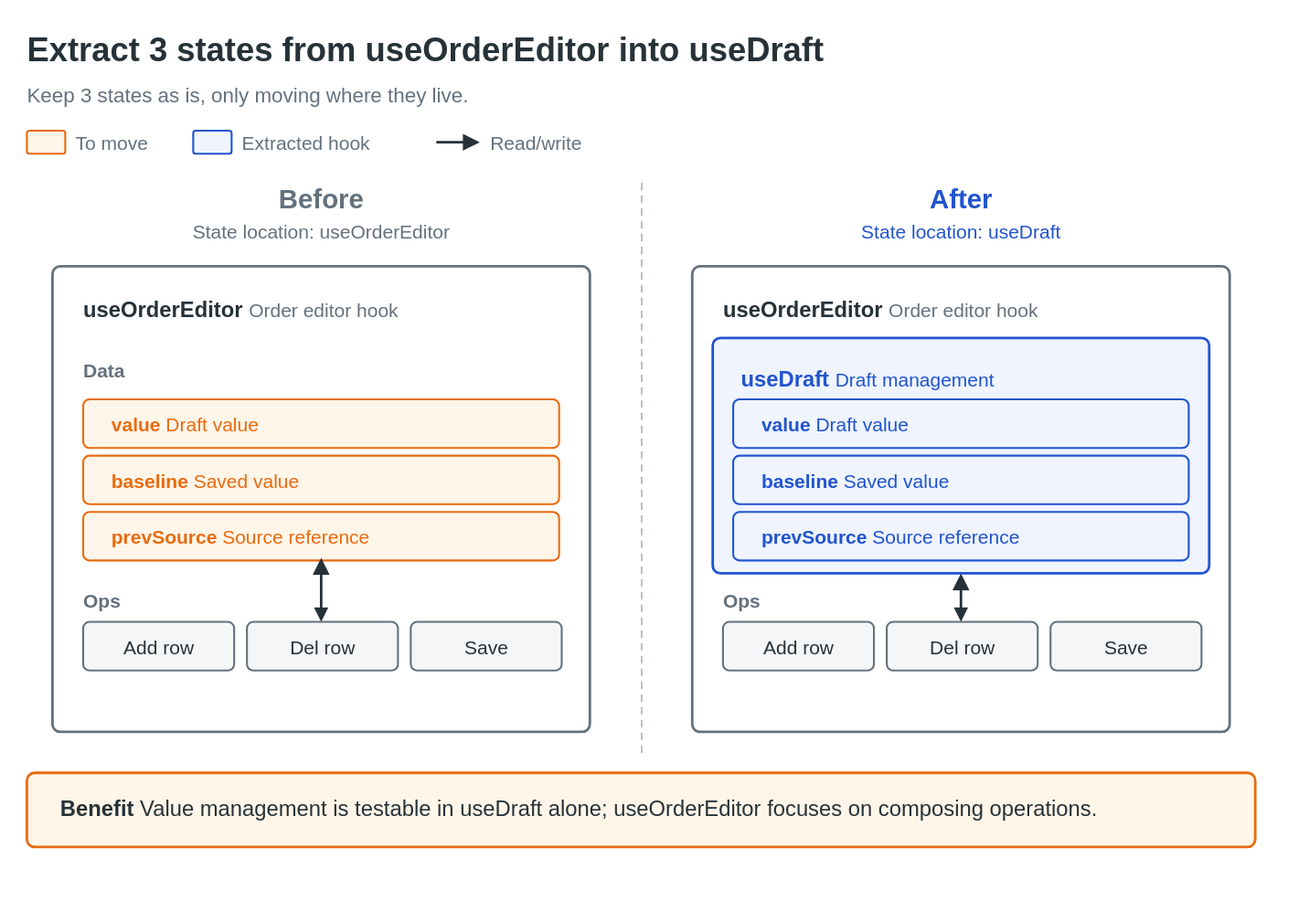
nntto/explanatory-diagrams keeps this draw.io diagram as docs/samples/en/refactor-move-state.drawio.svg. Above is the earlier version. Source tidied: cells renumbered, new cells last; positions are measured from the earlier drawing's top-left corner, leaving out a move shared by most shapes. Its diagram source:
```xml
<mxGraphModel background="#ffffff">
  <root>
    <mxCell id="0" />
    <mxCell id="1" parent="0" />
    <mxCell id="2" value="Extract 3 states from useOrderEditor into useDraft" style="text;html=1;whiteSpace=wrap;fontFamily=Helvetica;fontSize=26;fontColor=#263238;align=left;verticalAlign=middle;spacing=0;fontStyle=1;" parent="1" vertex="1">
      <mxGeometry width="960" height="38" as="geometry" />
    </mxCell>
    <mxCell id="3" value="Keep 3 states as is, only moving where they live." style="text;html=1;whiteSpace=wrap;fontFamily=Helvetica;fontSize=16;fontColor=#64717d;align=left;verticalAlign=middle;spacing=0;" parent="1" vertex="1">
      <mxGeometry y="42" width="960" height="24" as="geometry" />
    </mxCell>
    <mxCell id="4" style="rounded=1;absoluteArcSize=1;arcSize=4;whiteSpace=wrap;html=1;fillColor=#fff5e8;strokeColor=#e86b10;strokeWidth=1.5;fontColor=#e86b10;fontFamily=Helvetica;fontSize=17;align=center;verticalAlign=middle;spacing=10;" parent="1" vertex="1">
      <mxGeometry y="82" width="30" height="18" as="geometry" />
    </mxCell>
    <mxCell id="5" value="To move" style="text;html=1;whiteSpace=wrap;fontFamily=Helvetica;fontSize=15;fontColor=#64717d;align=left;verticalAlign=middle;spacing=0;" parent="1" vertex="1">
      <mxGeometry x="38" y="80" width="64" height="22" as="geometry" />
    </mxCell>
    <mxCell id="6" style="rounded=1;absoluteArcSize=1;arcSize=4;whiteSpace=wrap;html=1;fillColor=#eff4ff;strokeColor=#2154ce;strokeWidth=1.5;fontColor=#2154ce;fontFamily=Helvetica;fontSize=17;align=center;verticalAlign=middle;spacing=10;" parent="1" vertex="1">
      <mxGeometry x="130" y="82" width="30" height="18" as="geometry" />
    </mxCell>
    <mxCell id="7" value="Extracted hook" style="text;html=1;whiteSpace=wrap;fontFamily=Helvetica;fontSize=15;fontColor=#64717d;align=left;verticalAlign=middle;spacing=0;" parent="1" vertex="1">
      <mxGeometry x="168" y="80" width="124" height="22" as="geometry" />
    </mxCell>
    <mxCell id="8" style="edgeStyle=none;rounded=1;html=1;strokeColor=#263238;strokeWidth=2;endArrow=block;endFill=1;startArrow=none;startFill=1;endSize=8;fontFamily=Helvetica;fontSize=15;fontColor=#263238;labelBackgroundColor=#ffffff;" parent="1" edge="1">
      <mxGeometry relative="1" as="geometry">
        <mxPoint x="320" y="91" as="sourcePoint" />
        <mxPoint x="354" y="91" as="targetPoint" />
      </mxGeometry>
    </mxCell>
    <mxCell id="9" value="Read/write" style="text;html=1;whiteSpace=wrap;fontFamily=Helvetica;fontSize=15;fontColor=#64717d;align=left;verticalAlign=middle;spacing=0;" parent="1" vertex="1">
      <mxGeometry x="362" y="80" width="124" height="22" as="geometry" />
    </mxCell>
    <mxCell id="10" value="Before" style="text;html=1;whiteSpace=wrap;fontFamily=Helvetica;fontSize=21;fontColor=#64717d;align=center;verticalAlign=middle;spacing=0;fontStyle=1;" parent="1" vertex="1">
      <mxGeometry y="120" width="460" height="30" as="geometry" />
    </mxCell>
    <mxCell id="11" value="State location: useOrderEditor" style="text;html=1;whiteSpace=wrap;fontFamily=Helvetica;fontSize=15;fontColor=#64717d;align=center;verticalAlign=middle;spacing=0;" parent="1" vertex="1">
      <mxGeometry y="148" width="460" height="24" as="geometry" />
    </mxCell>
    <mxCell id="12" value="After" style="text;html=1;whiteSpace=wrap;fontFamily=Helvetica;fontSize=21;fontColor=#2154ce;align=center;verticalAlign=middle;spacing=0;fontStyle=1;" parent="1" vertex="1">
      <mxGeometry x="500" y="120" width="460" height="30" as="geometry" />
    </mxCell>
    <mxCell id="13" value="State location: useDraft" style="text;html=1;whiteSpace=wrap;fontFamily=Helvetica;fontSize=15;fontColor=#2154ce;align=center;verticalAlign=middle;spacing=0;" parent="1" vertex="1">
      <mxGeometry x="500" y="148" width="460" height="24" as="geometry" />
    </mxCell>
    <mxCell id="14" style="edgeStyle=none;rounded=1;html=1;strokeColor=#9aa5b1;strokeWidth=1;endArrow=none;endFill=1;startArrow=none;startFill=1;endSize=8;fontFamily=Helvetica;fontSize=15;fontColor=#9aa5b1;labelBackgroundColor=#ffffff;dashed=1;dashPattern=6 4;" parent="1" edge="1">
      <mxGeometry relative="1" as="geometry">
        <mxPoint x="480" y="122" as="sourcePoint" />
        <mxPoint x="480" y="568" as="targetPoint" />
      </mxGeometry>
    </mxCell>
    <mxCell id="15" value="&lt;b&gt;useOrderEditor&lt;/b&gt; &lt;span style=&quot;font-size:15px;color:#64717d;&quot;&gt;Order editor hook&lt;/span&gt;" style="rounded=1;absoluteArcSize=1;arcSize=12;whiteSpace=wrap;html=1;fillColor=#ffffff;strokeColor=#64717d;strokeWidth=2;fontColor=#263238;fontFamily=Helvetica;fontSize=17;align=left;verticalAlign=top;spacing=10;spacingLeft=14;spacingTop=10;" parent="1" vertex="1">
      <mxGeometry x="20" y="188" width="420" height="364" as="geometry" />
    </mxCell>
    <mxCell id="16" value="Data" style="text;html=1;whiteSpace=wrap;fontFamily=Helvetica;fontSize=15;fontColor=#64717d;align=left;verticalAlign=middle;spacing=0;fontStyle=1;" parent="1" vertex="1">
      <mxGeometry x="44" y="258" width="200" height="22" as="geometry" />
    </mxCell>
    <mxCell id="17" value="&lt;b&gt;value&lt;/b&gt; Draft value" style="rounded=1;absoluteArcSize=1;arcSize=10;whiteSpace=wrap;html=1;fillColor=#fff5e8;strokeColor=#e86b10;strokeWidth=1.5;fontColor=#e86b10;fontFamily=Helvetica;fontSize=15;align=left;verticalAlign=middle;spacing=10;spacingLeft=12;" parent="1" vertex="1">
      <mxGeometry x="44" y="292" width="372" height="38" as="geometry" />
    </mxCell>
    <mxCell id="18" value="&lt;b&gt;baseline&lt;/b&gt; Saved value" style="rounded=1;absoluteArcSize=1;arcSize=10;whiteSpace=wrap;html=1;fillColor=#fff5e8;strokeColor=#e86b10;strokeWidth=1.5;fontColor=#e86b10;fontFamily=Helvetica;fontSize=15;align=left;verticalAlign=middle;spacing=10;spacingLeft=12;" parent="1" vertex="1">
      <mxGeometry x="44" y="336" width="372" height="38" as="geometry" />
    </mxCell>
    <mxCell id="19" value="&lt;b&gt;prevSource&lt;/b&gt; Source reference" style="rounded=1;absoluteArcSize=1;arcSize=10;whiteSpace=wrap;html=1;fillColor=#fff5e8;strokeColor=#e86b10;strokeWidth=1.5;fontColor=#e86b10;fontFamily=Helvetica;fontSize=15;align=left;verticalAlign=middle;spacing=10;spacingLeft=12;" parent="1" vertex="1">
      <mxGeometry x="44" y="380" width="372" height="38" as="geometry" />
    </mxCell>
    <mxCell id="20" value="Ops" style="text;html=1;whiteSpace=wrap;fontFamily=Helvetica;fontSize=15;fontColor=#64717d;align=left;verticalAlign=middle;spacing=0;fontStyle=1;" parent="1" vertex="1">
      <mxGeometry x="44" y="438" width="200" height="22" as="geometry" />
    </mxCell>
    <mxCell id="21" value="Add row" style="rounded=1;absoluteArcSize=1;arcSize=10;whiteSpace=wrap;html=1;fillColor=#f5f6f7;strokeColor=#64717d;strokeWidth=1.5;fontColor=#263238;fontFamily=Helvetica;fontSize=15;align=center;verticalAlign=middle;spacing=2;" parent="1" vertex="1">
      <mxGeometry x="44" y="466" width="118" height="38" as="geometry" />
    </mxCell>
    <mxCell id="22" value="Del row" style="rounded=1;absoluteArcSize=1;arcSize=10;whiteSpace=wrap;html=1;fillColor=#f5f6f7;strokeColor=#64717d;strokeWidth=1.5;fontColor=#263238;fontFamily=Helvetica;fontSize=15;align=center;verticalAlign=middle;spacing=2;" parent="1" vertex="1">
      <mxGeometry x="172" y="466" width="118" height="38" as="geometry" />
    </mxCell>
    <mxCell id="23" value="Save" style="rounded=1;absoluteArcSize=1;arcSize=10;whiteSpace=wrap;html=1;fillColor=#f5f6f7;strokeColor=#64717d;strokeWidth=1.5;fontColor=#263238;fontFamily=Helvetica;fontSize=15;align=center;verticalAlign=middle;spacing=2;" parent="1" vertex="1">
      <mxGeometry x="300" y="466" width="118" height="38" as="geometry" />
    </mxCell>
    <mxCell id="24" style="edgeStyle=none;rounded=1;html=1;strokeColor=#263238;strokeWidth=2;endArrow=block;endFill=1;startArrow=block;startFill=1;endSize=8;fontFamily=Helvetica;fontSize=15;fontColor=#263238;labelBackgroundColor=#ffffff;" parent="1" edge="1">
      <mxGeometry relative="1" as="geometry">
        <mxPoint x="230" y="466" as="sourcePoint" />
        <mxPoint x="230" y="416" as="targetPoint" />
      </mxGeometry>
    </mxCell>
    <mxCell id="25" value="&lt;b&gt;useOrderEditor&lt;/b&gt; &lt;span style=&quot;font-size:15px;color:#64717d;&quot;&gt;Order editor hook&lt;/span&gt;" style="rounded=1;absoluteArcSize=1;arcSize=12;whiteSpace=wrap;html=1;fillColor=#ffffff;strokeColor=#64717d;strokeWidth=2;fontColor=#263238;fontFamily=Helvetica;fontSize=17;align=left;verticalAlign=top;spacing=10;spacingLeft=14;spacingTop=10;" parent="1" vertex="1">
      <mxGeometry x="520" y="188" width="420" height="364" as="geometry" />
    </mxCell>
    <mxCell id="26" value="&lt;b&gt;useDraft&lt;/b&gt; &lt;span style=&quot;font-size:15px;color:#2154ce;&quot;&gt;Draft management&lt;/span&gt;" style="rounded=1;absoluteArcSize=1;arcSize=12;whiteSpace=wrap;html=1;fillColor=#eff4ff;strokeColor=#2154ce;strokeWidth=2;fontColor=#2154ce;fontFamily=Helvetica;fontSize=17;align=left;verticalAlign=top;spacing=10;spacingLeft=12;spacingTop=8;" parent="1" vertex="1">
      <mxGeometry x="536" y="244" width="388" height="184" as="geometry" />
    </mxCell>
    <mxCell id="27" value="&lt;b&gt;value&lt;/b&gt; Draft value" style="rounded=1;absoluteArcSize=1;arcSize=10;whiteSpace=wrap;html=1;fillColor=#eff4ff;strokeColor=#2154ce;strokeWidth=1.5;fontColor=#2154ce;fontFamily=Helvetica;fontSize=15;align=left;verticalAlign=middle;spacing=10;spacingLeft=12;" parent="1" vertex="1">
      <mxGeometry x="552" y="292" width="356" height="38" as="geometry" />
    </mxCell>
    <mxCell id="28" value="&lt;b&gt;baseline&lt;/b&gt; Saved value" style="rounded=1;absoluteArcSize=1;arcSize=10;whiteSpace=wrap;html=1;fillColor=#eff4ff;strokeColor=#2154ce;strokeWidth=1.5;fontColor=#2154ce;fontFamily=Helvetica;fontSize=15;align=left;verticalAlign=middle;spacing=10;spacingLeft=12;" parent="1" vertex="1">
      <mxGeometry x="552" y="336" width="356" height="38" as="geometry" />
    </mxCell>
    <mxCell id="29" value="&lt;b&gt;prevSource&lt;/b&gt; Source reference" style="rounded=1;absoluteArcSize=1;arcSize=10;whiteSpace=wrap;html=1;fillColor=#eff4ff;strokeColor=#2154ce;strokeWidth=1.5;fontColor=#2154ce;fontFamily=Helvetica;fontSize=15;align=left;verticalAlign=middle;spacing=10;spacingLeft=12;" parent="1" vertex="1">
      <mxGeometry x="552" y="380" width="356" height="38" as="geometry" />
    </mxCell>
    <mxCell id="30" value="Ops" style="text;html=1;whiteSpace=wrap;fontFamily=Helvetica;fontSize=15;fontColor=#64717d;align=left;verticalAlign=middle;spacing=0;fontStyle=1;" parent="1" vertex="1">
      <mxGeometry x="544" y="438" width="200" height="22" as="geometry" />
    </mxCell>
    <mxCell id="31" value="Add row" style="rounded=1;absoluteArcSize=1;arcSize=10;whiteSpace=wrap;html=1;fillColor=#f5f6f7;strokeColor=#64717d;strokeWidth=1.5;fontColor=#263238;fontFamily=Helvetica;fontSize=15;align=center;verticalAlign=middle;spacing=2;" parent="1" vertex="1">
      <mxGeometry x="544" y="466" width="118" height="38" as="geometry" />
    </mxCell>
    <mxCell id="32" value="Del row" style="rounded=1;absoluteArcSize=1;arcSize=10;whiteSpace=wrap;html=1;fillColor=#f5f6f7;strokeColor=#64717d;strokeWidth=1.5;fontColor=#263238;fontFamily=Helvetica;fontSize=15;align=center;verticalAlign=middle;spacing=2;" parent="1" vertex="1">
      <mxGeometry x="672" y="466" width="118" height="38" as="geometry" />
    </mxCell>
    <mxCell id="33" value="Save" style="rounded=1;absoluteArcSize=1;arcSize=10;whiteSpace=wrap;html=1;fillColor=#f5f6f7;strokeColor=#64717d;strokeWidth=1.5;fontColor=#263238;fontFamily=Helvetica;fontSize=15;align=center;verticalAlign=middle;spacing=2;" parent="1" vertex="1">
      <mxGeometry x="800" y="466" width="118" height="38" as="geometry" />
    </mxCell>
    <mxCell id="34" style="edgeStyle=none;rounded=1;html=1;strokeColor=#263238;strokeWidth=2;endArrow=block;endFill=1;startArrow=block;startFill=1;endSize=8;fontFamily=Helvetica;fontSize=15;fontColor=#263238;labelBackgroundColor=#ffffff;" parent="1" edge="1">
      <mxGeometry relative="1" as="geometry">
        <mxPoint x="730" y="466" as="sourcePoint" />
        <mxPoint x="730" y="428" as="targetPoint" />
      </mxGeometry>
    </mxCell>
    <mxCell id="35" value="&lt;b&gt;Benefit&lt;/b&gt; Value management is testable in useDraft alone; useOrderEditor focuses on composing operations." style="rounded=1;absoluteArcSize=1;arcSize=12;whiteSpace=wrap;html=1;fillColor=#fff5e8;strokeColor=#e86b10;strokeWidth=2;fontColor=#263238;fontFamily=Helvetica;fontSize=17;align=left;verticalAlign=middle;spacing=10;spacingLeft=16;" parent="1" vertex="1">
      <mxGeometry y="584" width="960" height="58" as="geometry" />
    </mxCell>
  </root>
</mxGraphModel>
```
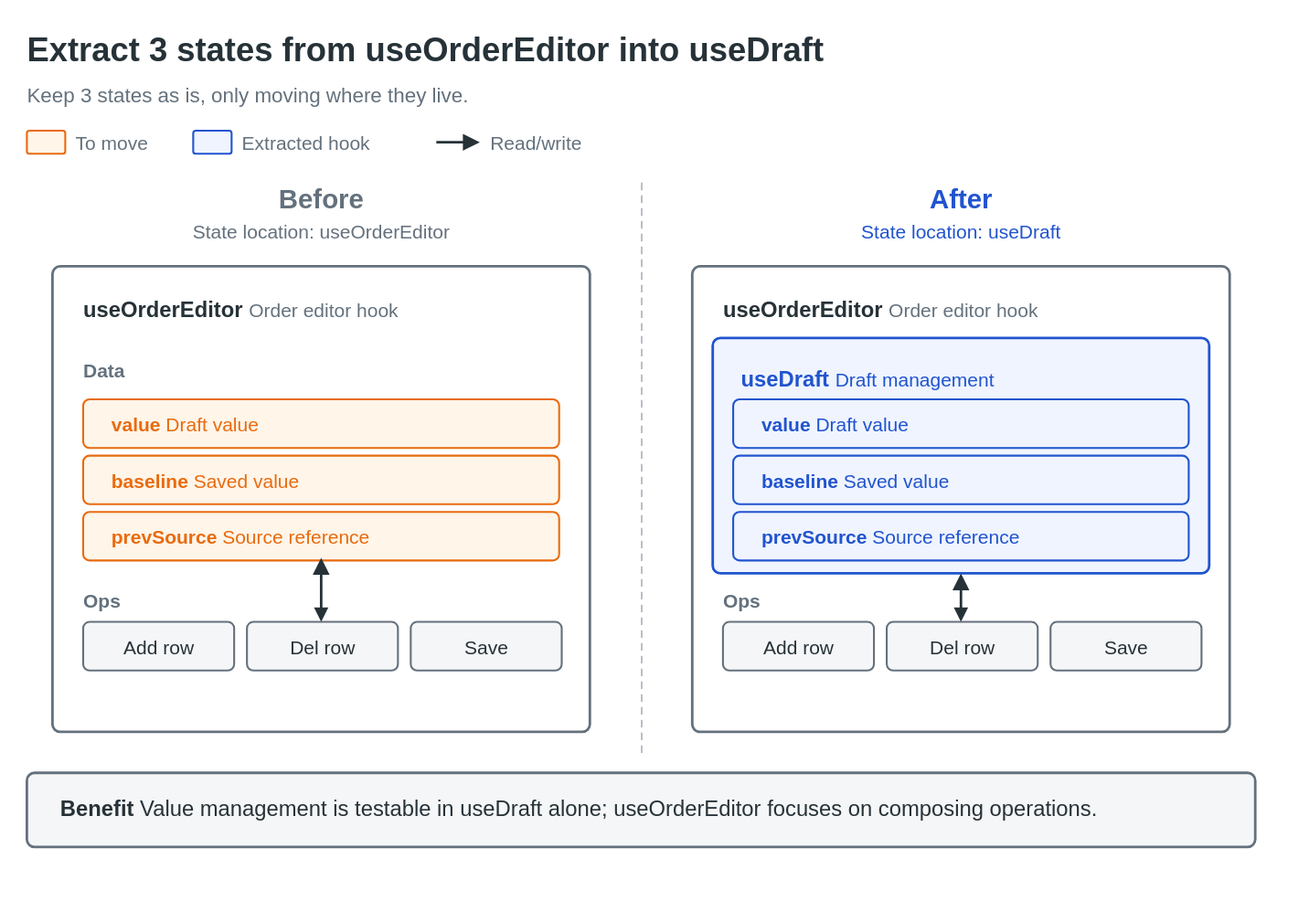
After the change.

What changed in the source:
```diff
@@ -113,7 +113,7 @@
         <mxPoint x="730" y="428" as="targetPoint" />
       </mxGeometry>
     </mxCell>
-    <mxCell id="35" value="&lt;b&gt;Benefit&lt;/b&gt; Value management is testable in useDraft alone; useOrderEditor focuses on composing operations." style="rounded=1;absoluteArcSize=1;arcSize=12;whiteSpace=wrap;html=1;fillColor=#fff5e8;strokeColor=#e86b10;strokeWidth=2;fontColor=#263238;fontFamily=Helvetica;fontSize=17;align=left;verticalAlign=middle;spacing=10;spacingLeft=16;" parent="1" vertex="1">
+    <mxCell id="35" value="&lt;b&gt;Benefit&lt;/b&gt; Value management is testable in useDraft alone; useOrderEditor focuses on composing operations." style="rounded=1;absoluteArcSize=1;arcSize=12;whiteSpace=wrap;html=1;fillColor=#f5f6f7;strokeColor=#64717d;strokeWidth=2;fontColor=#263238;fontFamily=Helvetica;fontSize=17;align=left;verticalAlign=middle;spacing=10;spacingLeft=16;" parent="1" vertex="1">
       <mxGeometry y="584" width="960" height="58" as="geometry" />
     </mxCell>
   </root>
```
